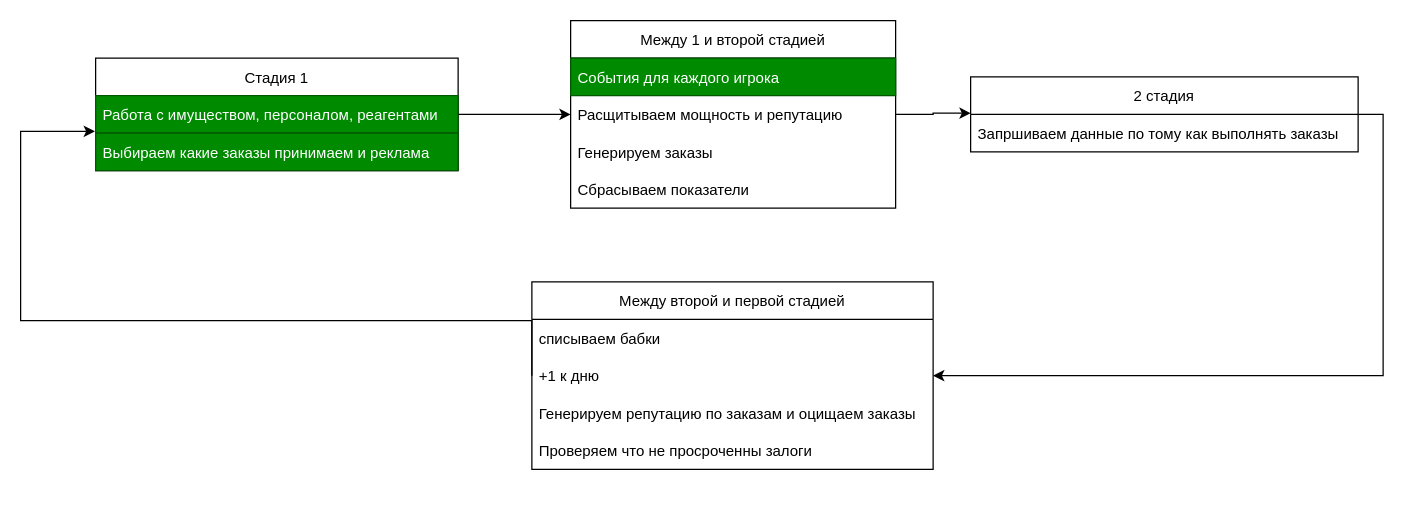
korshunovamm/InnPrac keeps this draw.io diagram as page "Page-7" (7 of 7) of dev/classes.drawio. Above is the earlier version. Source tidied: cells renumbered, new cells numbered last; positions are measured from the earlier drawing's top-left corner, leaving out a move shared by most shapes. Both pictures are drawn from the tidied source at 125%, with x=0, y=0 at pixel (20, 20).
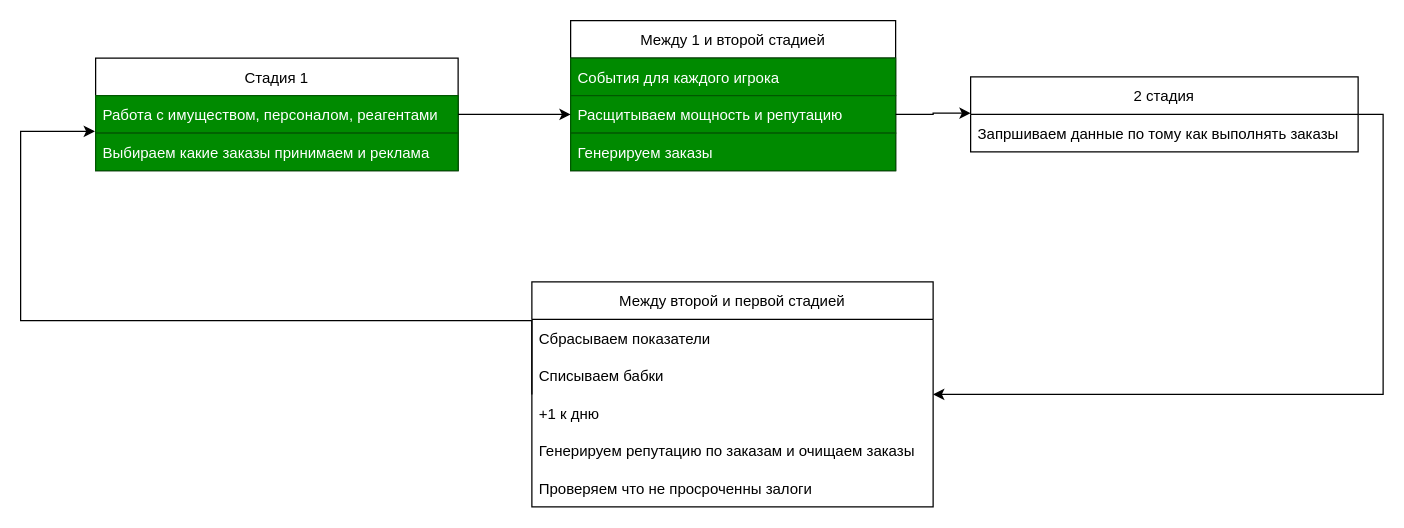
After the change.

The edit, as a diff of the source:
```diff
@@
     <mxCell id="5" value="Между 1 и второй стадией" style="swimlane;fontStyle=0;horizontal=1;startSize=30;" parent="1" vertex="1">
-      <mxGeometry x="440" width="260" height="150" as="geometry" />
+      <mxGeometry x="440" width="260" height="120" as="geometry" />
     </mxCell>
@@
-    <mxCell id="7" value="Расщитываем мощность и репутацию" style="text;strokeColor=none;fillColor=none;align=left;verticalAlign=middle;spacingLeft=4;spacingRight=4;overflow=hidden;" parent="5" vertex="1">
+    <mxCell id="7" value="Расщитываем мощность и репутацию" style="text;strokeColor=#005700;fillColor=#008a00;align=left;verticalAlign=middle;spacingLeft=4;spacingRight=4;overflow=hidden;fontColor=#ffffff;" parent="5" vertex="1">
       <mxGeometry y="60" width="260" height="30" as="geometry" />
     </mxCell>
-    <mxCell id="8" value="Генерируем заказы" style="text;strokeColor=none;fillColor=none;align=left;verticalAlign=middle;spacingLeft=4;spacingRight=4;overflow=hidden;" parent="5" vertex="1">
+    <mxCell id="8" value="Генерируем заказы" style="text;strokeColor=#005700;fillColor=#008a00;align=left;verticalAlign=middle;spacingLeft=4;spacingRight=4;overflow=hidden;fontColor=#ffffff;" parent="5" vertex="1">
       <mxGeometry y="90" width="260" height="30" as="geometry" />
     </mxCell>
-    <mxCell id="9" value="Сбрасываем показатели" style="text;strokeColor=none;fillColor=none;align=left;verticalAlign=middle;spacingLeft=4;spacingRight=4;overflow=hidden;" parent="5" vertex="1">
-      <mxGeometry y="120" width="260" height="30" as="geometry" />
-    </mxCell>
@@
     <mxCell id="16" value="Между второй и первой стадией" style="swimlane;fontStyle=0;horizontal=1;startSize=30;fillColor=none;" parent="1" vertex="1">
-      <mxGeometry x="409" y="209" width="321" height="150" as="geometry" />
+      <mxGeometry x="409" y="209" width="321" height="180" as="geometry" />
     </mxCell>
+    <mxCell id="9" value="Сбрасываем показатели" style="text;strokeColor=none;fillColor=none;align=left;verticalAlign=middle;spacingLeft=4;spacingRight=4;overflow=hidden;" parent="16" vertex="1">
+      <mxGeometry y="30" width="321" height="30" as="geometry" />
+    </mxCell>
-    <mxCell id="17" value="списываем бабки" style="text;strokeColor=none;fillColor=none;align=left;verticalAlign=middle;spacingLeft=4;spacingRight=4;overflow=hidden;" parent="16" vertex="1">
-      <mxGeometry y="30" width="321" height="30" as="geometry" />
+    <mxCell id="17" value="Cписываем бабки" style="text;strokeColor=none;fillColor=none;align=left;verticalAlign=middle;spacingLeft=4;spacingRight=4;overflow=hidden;" parent="16" vertex="1">
+      <mxGeometry y="60" width="321" height="30" as="geometry" />
     </mxCell>
     <mxCell id="18" value="+1 к дню" style="text;strokeColor=none;fillColor=none;align=left;verticalAlign=middle;spacingLeft=4;spacingRight=4;overflow=hidden;" parent="16" vertex="1">
-      <mxGeometry y="60" width="321" height="30" as="geometry" />
+      <mxGeometry y="90" width="321" height="30" as="geometry" />
     </mxCell>
-    <mxCell id="19" value="Генерируем репутацию по заказам и оцищаем заказы" style="text;strokeColor=none;fillColor=none;align=left;verticalAlign=middle;spacingLeft=4;spacingRight=4;overflow=hidden;" parent="16" vertex="1">
-      <mxGeometry y="90" width="321" height="30" as="geometry" />
+    <mxCell id="19" value="Генерируем репутацию по заказам и очищаем заказы" style="text;strokeColor=none;fillColor=none;align=left;verticalAlign=middle;spacingLeft=4;spacingRight=4;overflow=hidden;" parent="16" vertex="1">
+      <mxGeometry y="120" width="321" height="30" as="geometry" />
     </mxCell>
     <mxCell id="20" value="Проверяем что не просроченны залоги" style="text;strokeColor=none;fillColor=none;align=left;verticalAlign=middle;spacingLeft=4;spacingRight=4;overflow=hidden;" parent="16" vertex="1">
-      <mxGeometry y="120" width="321" height="30" as="geometry" />
+      <mxGeometry y="150" width="321" height="30" as="geometry" />
     </mxCell>
```
